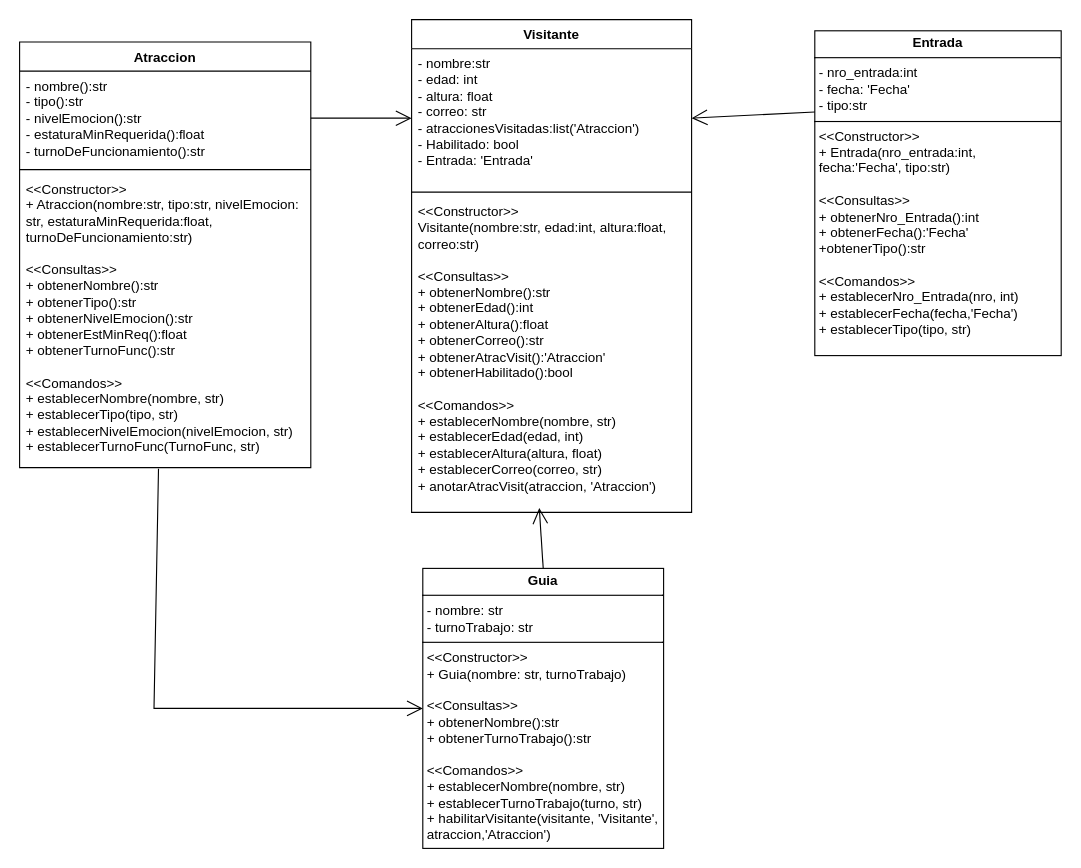
The draw.io diagram TpNro6/EjercicioNro9/EjercicioNro9Tp6.drawio in AndyGar04/Programacion-I, before the edit. Source tidied: cells renumbered, new cells numbered last; positions are measured from the earlier drawing's top-left corner, leaving out a move shared by most shapes. Both pictures are drawn from the tidied source at 112%, with x=0, y=0 at pixel (19, 19).
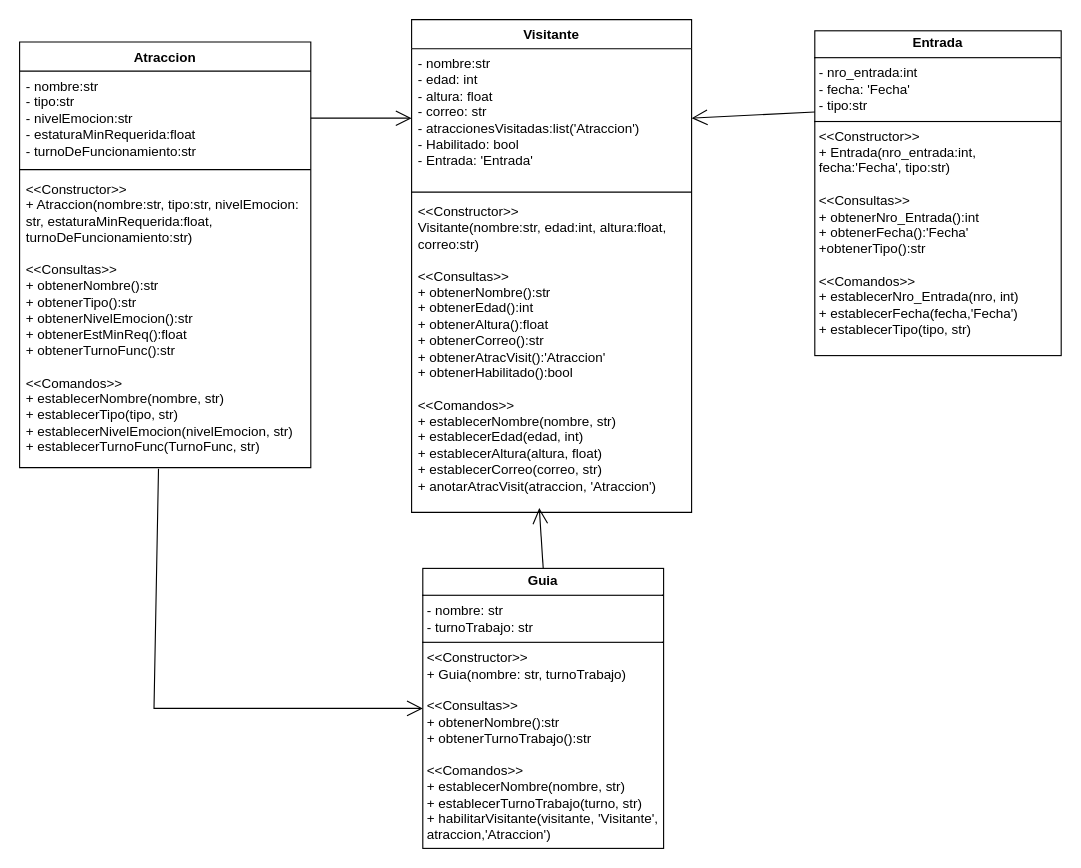
After the change.

Change to the diagram source:
```diff
@@
 <mxGraphModel>
   <root>
     <mxCell id="0" />
     <mxCell id="1" parent="0" />
     <mxCell id="2" value="&lt;p style=&quot;margin:0px;margin-top:4px;text-align:center;&quot;&gt;&lt;b&gt;Entrada&lt;/b&gt;&lt;/p&gt;&lt;hr size=&quot;1&quot; style=&quot;border-style:solid;&quot;&gt;&lt;p style=&quot;margin:0px;margin-left:4px;&quot;&gt;- nro_entrada:int&lt;/p&gt;&lt;p style=&quot;margin:0px;margin-left:4px;&quot;&gt;- fecha: 'Fecha'&lt;/p&gt;&lt;p style=&quot;margin:0px;margin-left:4px;&quot;&gt;- tipo:str&lt;/p&gt;&lt;hr size=&quot;1&quot; style=&quot;border-style:solid;&quot;&gt;&lt;p style=&quot;margin:0px;margin-left:4px;&quot;&gt;&amp;lt;&amp;lt;Constructor&amp;gt;&amp;gt;&lt;/p&gt;&lt;p style=&quot;margin:0px;margin-left:4px;&quot;&gt;+ Entrada(nro_entrada:int, fecha:'Fecha', tipo:str)&lt;/p&gt;&lt;p style=&quot;margin:0px;margin-left:4px;&quot;&gt;&lt;br&gt;&lt;/p&gt;&lt;p style=&quot;margin:0px;margin-left:4px;&quot;&gt;&amp;lt;&amp;lt;Consultas&amp;gt;&amp;gt;&lt;/p&gt;&lt;p style=&quot;margin:0px;margin-left:4px;&quot;&gt;+ obtenerNro_Entrada():int&lt;/p&gt;&lt;p style=&quot;margin:0px;margin-left:4px;&quot;&gt;+ obtenerFecha():'Fecha'&lt;/p&gt;&lt;p style=&quot;margin:0px;margin-left:4px;&quot;&gt;+obtenerTipo():str&lt;/p&gt;&lt;p style=&quot;margin:0px;margin-left:4px;&quot;&gt;&lt;br&gt;&lt;/p&gt;&lt;p style=&quot;margin:0px;margin-left:4px;&quot;&gt;&amp;lt;&amp;lt;Comandos&amp;gt;&amp;gt;&lt;/p&gt;&lt;p style=&quot;margin:0px;margin-left:4px;&quot;&gt;+ establecerNro_Entrada(nro, int)&lt;/p&gt;&lt;p style=&quot;margin:0px;margin-left:4px;&quot;&gt;+ establecerFecha(fecha,'Fecha')&lt;/p&gt;&lt;p style=&quot;margin:0px;margin-left:4px;&quot;&gt;+ establecerTipo(tipo, str)&lt;/p&gt;" style="verticalAlign=top;align=left;overflow=fill;html=1;whiteSpace=wrap;" parent="1" vertex="1">
       <mxGeometry x="710" y="10" width="220" height="290" as="geometry" />
     </mxCell>
     <mxCell id="3" value="&lt;p style=&quot;margin:0px;margin-top:4px;text-align:center;&quot;&gt;&lt;b&gt;Guia&lt;/b&gt;&lt;/p&gt;&lt;hr size=&quot;1&quot; style=&quot;border-style:solid;&quot;&gt;&lt;p style=&quot;margin:0px;margin-left:4px;&quot;&gt;- nombre: str&lt;/p&gt;&lt;p style=&quot;margin:0px;margin-left:4px;&quot;&gt;- turnoTrabajo: str&lt;/p&gt;&lt;hr size=&quot;1&quot; style=&quot;border-style:solid;&quot;&gt;&lt;p style=&quot;margin:0px;margin-left:4px;&quot;&gt;&amp;lt;&amp;lt;Constructor&amp;gt;&amp;gt;&lt;/p&gt;&lt;p style=&quot;margin:0px;margin-left:4px;&quot;&gt;+ Guia(nombre: str, turnoTrabajo)&lt;/p&gt;&lt;p style=&quot;margin:0px;margin-left:4px;&quot;&gt;&lt;br&gt;&lt;/p&gt;&lt;p style=&quot;margin:0px;margin-left:4px;&quot;&gt;&amp;lt;&amp;lt;Consultas&amp;gt;&amp;gt;&lt;/p&gt;&lt;p style=&quot;margin:0px;margin-left:4px;&quot;&gt;+ obtenerNombre():str&lt;/p&gt;&lt;p style=&quot;margin:0px;margin-left:4px;&quot;&gt;+ obtenerTurnoTrabajo():str&lt;/p&gt;&lt;p style=&quot;margin:0px;margin-left:4px;&quot;&gt;&lt;br&gt;&lt;/p&gt;&lt;p style=&quot;margin:0px;margin-left:4px;&quot;&gt;&amp;lt;&amp;lt;Comandos&amp;gt;&amp;gt;&lt;/p&gt;&lt;p style=&quot;margin:0px;margin-left:4px;&quot;&gt;+ establecerNombre(nombre, str)&lt;/p&gt;&lt;p style=&quot;margin:0px;margin-left:4px;&quot;&gt;+ establecerTurnoTrabajo(turno, str)&lt;/p&gt;&lt;p style=&quot;margin:0px;margin-left:4px;&quot;&gt;+ habilitarVisitante(visitante, 'Visitante', atraccion,'Atraccion'&lt;span style=&quot;background-color: initial;&quot;&gt;)&lt;/span&gt;&lt;/p&gt;&lt;p style=&quot;margin:0px;margin-left:4px;&quot;&gt;&lt;br&gt;&lt;/p&gt;" style="verticalAlign=top;align=left;overflow=fill;html=1;whiteSpace=wrap;" parent="1" vertex="1">
       <mxGeometry x="360" y="490" width="215" height="250" as="geometry" />
     </mxCell>
     <mxCell id="4" value="Atraccion" style="swimlane;fontStyle=1;align=center;verticalAlign=top;horizontal=1;startSize=26;whiteSpace=wrap;html=1;" parent="1" vertex="1">
       <mxGeometry y="20" width="260" height="380" as="geometry" />
     </mxCell>
-    <mxCell id="5" value="- nombre():str&lt;div&gt;- tipo():str&lt;/div&gt;&lt;div&gt;- nivelEmocion():str&lt;/div&gt;&lt;div&gt;- estaturaMinRequerida():float&lt;/div&gt;&lt;div&gt;- turnoDeFuncionamiento():str&lt;/div&gt;" style="text;strokeColor=none;fillColor=none;align=left;verticalAlign=top;spacingLeft=4;spacingRight=4;overflow=hidden;points=[[0,0.5],[1,0.5]];portConstraint=eastwest;whiteSpace=wrap;html=1;" parent="4" vertex="1">
+    <mxCell id="5" value="- nombre:str&lt;div&gt;- tipo:str&lt;/div&gt;&lt;div&gt;- nivelEmocion:str&lt;/div&gt;&lt;div&gt;- estaturaMinRequerida:float&lt;/div&gt;&lt;div&gt;- turnoDeFuncionamiento:str&lt;/div&gt;" style="text;strokeColor=none;fillColor=none;align=left;verticalAlign=top;spacingLeft=4;spacingRight=4;overflow=hidden;points=[[0,0.5],[1,0.5]];portConstraint=eastwest;whiteSpace=wrap;html=1;" parent="4" vertex="1">
       <mxGeometry y="26" width="260" height="84" as="geometry" />
     </mxCell>
     <mxCell id="6" style="line;strokeWidth=1;fillColor=none;align=left;verticalAlign=middle;spacingTop=-1;spacingLeft=3;spacingRight=3;labelPosition=right;strokeColor=inherit;" parent="4" vertex="1">
       <mxGeometry y="110" width="260" height="8" as="geometry" />
     </mxCell>
     <mxCell id="7" value="&amp;lt;&amp;lt;Constructor&amp;gt;&amp;gt;&lt;div&gt;+ Atraccion(nombre:str, tipo:str, nivelEmocion: str, estaturaMinRequerida:float, turnoDeFuncionamiento:str)&lt;/div&gt;&lt;div&gt;&lt;br&gt;&lt;/div&gt;&lt;div&gt;&amp;lt;&amp;lt;Consultas&amp;gt;&amp;gt;&lt;/div&gt;&lt;div&gt;+ obtenerNombre():str&lt;/div&gt;&lt;div&gt;+ obtenerTipo():str&lt;/div&gt;&lt;div&gt;+ obtenerNivelEmocion():str&lt;/div&gt;&lt;div&gt;+ obtenerEstMinReq():float&lt;/div&gt;&lt;div&gt;+ obtenerTurnoFunc():str&lt;/div&gt;&lt;div&gt;&lt;br&gt;&lt;/div&gt;&lt;div&gt;&amp;lt;&amp;lt;Comandos&amp;gt;&amp;gt;&lt;/div&gt;&lt;div&gt;+ establecerNombre(nombre, str)&lt;/div&gt;&lt;div&gt;+ establecerTipo(tipo, str)&lt;/div&gt;&lt;div&gt;+ establecerNivelEmocion(nivelEmocion, str)&lt;/div&gt;&lt;div&gt;+ establecerTurnoFunc(TurnoFunc, str)&lt;/div&gt;" style="text;strokeColor=none;fillColor=none;align=left;verticalAlign=top;spacingLeft=4;spacingRight=4;overflow=hidden;points=[[0,0.5],[1,0.5]];portConstraint=eastwest;whiteSpace=wrap;html=1;" parent="4" vertex="1">
       <mxGeometry y="118" width="260" height="262" as="geometry" />
     </mxCell>
     <mxCell id="8" value="Visitante" style="swimlane;fontStyle=1;align=center;verticalAlign=top;horizontal=1;startSize=26;whiteSpace=wrap;html=1;" parent="1" vertex="1">
       <mxGeometry x="350" width="250" height="440" as="geometry" />
     </mxCell>
     <mxCell id="9" value="- nombre:str&lt;div&gt;- edad: int&lt;/div&gt;&lt;div&gt;- altura: float&lt;/div&gt;&lt;div&gt;- correo: str&lt;/div&gt;&lt;div&gt;- atraccionesVisitadas:list('Atraccion')&lt;/div&gt;&lt;div&gt;- Habilitado: bool&lt;/div&gt;&lt;div&gt;- Entrada: 'Entrada'&lt;/div&gt;" style="text;strokeColor=none;fillColor=none;align=left;verticalAlign=top;spacingLeft=4;spacingRight=4;overflow=hidden;points=[[0,0.5],[1,0.5]];portConstraint=eastwest;whiteSpace=wrap;html=1;" parent="8" vertex="1">
       <mxGeometry y="26" width="250" height="124" as="geometry" />
     </mxCell>
     <mxCell id="10" style="line;strokeWidth=1;fillColor=none;align=left;verticalAlign=middle;spacingTop=-1;spacingLeft=3;spacingRight=3;labelPosition=right;strokeColor=inherit;" parent="8" vertex="1">
       <mxGeometry y="150" width="250" height="8" as="geometry" />
     </mxCell>
     <mxCell id="11" value="&amp;lt;&amp;lt;Constructor&amp;gt;&amp;gt;&lt;div&gt;Visitante(nombre:str, edad:int, altura:float, correo:str)&lt;/div&gt;&lt;div&gt;&lt;br&gt;&lt;/div&gt;&lt;div&gt;&amp;lt;&amp;lt;Consultas&amp;gt;&amp;gt;&lt;/div&gt;&lt;div&gt;+ obtenerNombre():str&lt;/div&gt;&lt;div&gt;+ obtenerEdad():int&lt;/div&gt;&lt;div&gt;+ obtenerAltura():float&lt;/div&gt;&lt;div&gt;+ obtenerCorreo():str&lt;/div&gt;&lt;div&gt;+ obtenerAtracVisit():'Atraccion'&lt;/div&gt;&lt;div&gt;+ obtenerHabilitado():bool&lt;/div&gt;&lt;div&gt;&lt;br&gt;&lt;/div&gt;&lt;div&gt;&amp;lt;&amp;lt;Comandos&amp;gt;&amp;gt;&lt;/div&gt;&lt;div&gt;+ establecerNombre(nombre, str)&lt;/div&gt;&lt;div&gt;+ establecerEdad(edad, int)&lt;/div&gt;&lt;div&gt;+ establecerAltura(altura, float)&lt;/div&gt;&lt;div&gt;+ establecerCorreo(correo, str)&lt;/div&gt;&lt;div&gt;+ anotarAtracVisit(atraccion, 'Atraccion')&lt;/div&gt;&lt;div&gt;&lt;br&gt;&lt;/div&gt;" style="text;strokeColor=none;fillColor=none;align=left;verticalAlign=top;spacingLeft=4;spacingRight=4;overflow=hidden;points=[[0,0.5],[1,0.5]];portConstraint=eastwest;whiteSpace=wrap;html=1;" parent="8" vertex="1">
       <mxGeometry y="158" width="250" height="282" as="geometry" />
     </mxCell>
     <mxCell id="12" style="endArrow=open;endFill=1;endSize=12;html=1;rounded=0;exitX=1;exitY=0.5;exitDx=0;exitDy=0;entryX=0;entryY=0.5;entryDx=0;entryDy=0;" parent="1" edge="1" source="5" target="9">
       <mxGeometry relative="1" as="geometry" />
     </mxCell>
     <mxCell id="13" style="endArrow=open;endFill=1;endSize=12;html=1;rounded=0;exitX=0;exitY=0.25;exitDx=0;exitDy=0;entryX=1;entryY=0.5;entryDx=0;entryDy=0;" parent="1" edge="1" source="2" target="9">
       <mxGeometry relative="1" as="geometry" />
     </mxCell>
     <mxCell id="14" style="endArrow=open;endFill=1;endSize=12;html=1;rounded=0;entryX=0.456;entryY=0.986;entryDx=0;entryDy=0;entryPerimeter=0;exitX=0.5;exitY=0;exitDx=0;exitDy=0;" parent="1" edge="1" source="3" target="11">
       <mxGeometry relative="1" as="geometry" />
     </mxCell>
     <mxCell id="15" style="endArrow=open;endFill=1;endSize=12;html=1;rounded=0;exitX=0.477;exitY=1.004;exitDx=0;exitDy=0;exitPerimeter=0;entryX=0;entryY=0.5;entryDx=0;entryDy=0;" parent="1" edge="1" source="7" target="3">
       <mxGeometry relative="1" as="geometry">
         <Array as="points">
           <mxPoint x="120" y="615" />
         </Array>
       </mxGeometry>
     </mxCell>
   </root>
 </mxGraphModel>
```
